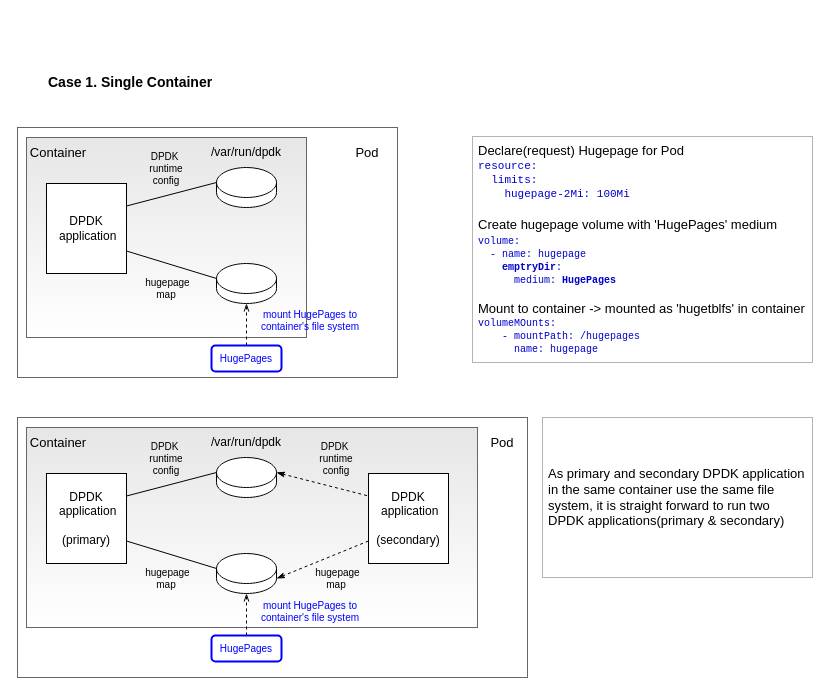
This is page "1 container-1 pod" (3 of 4) of dpdk multi-process.drawio from cychong47/how-to-share-hugepage-in-k8s, a draw.io file, before an edit. Source tidied: cells renumbered, new cells numbered last; positions are measured from the earlier drawing's top-left corner, leaving out a move shared by most shapes. Both pictures are drawn from the tidied source at 100%, with x=0, y=0 at pixel (17, 67).
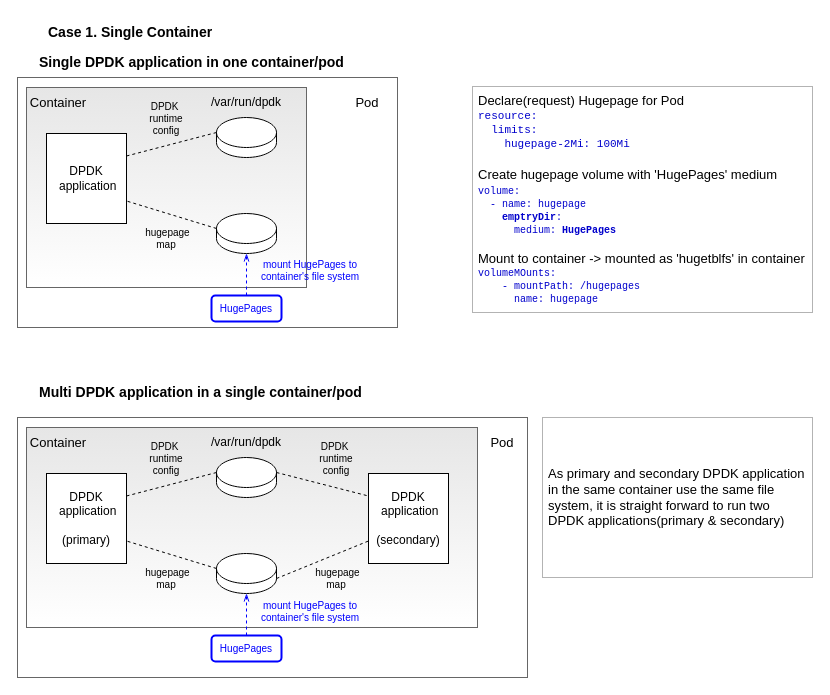
The same diagram, later.

Commit message (it also covers changes not shown here):
Add two containers in a single pod

Unchanged cells that the change refers to:
```xml
<mxCell id="6" value="DPDK &amp;nbsp;application&lt;br&gt;&lt;br&gt;(secondary)" style="rounded=0;whiteSpace=wrap;html=1;strokeColor=#000000;fontColor=#000000;" parent="1" vertex="1">
  <mxGeometry x="351" y="406" width="80" height="90" as="geometry" />
</mxCell>
<mxCell id="24" value="DPDK &amp;nbsp;application&lt;br&gt;&lt;br&gt;(primary)" style="rounded=0;whiteSpace=wrap;html=1;" parent="1" vertex="1">
  <mxGeometry x="29" y="406" width="80" height="90" as="geometry" />
</mxCell>
<mxCell id="25" style="shape=cylinder3;whiteSpace=wrap;html=1;boundedLbl=1;backgroundOutline=1;size=15;" parent="1" vertex="1">
  <mxGeometry x="199" y="486" width="60" height="40" as="geometry" />
</mxCell>
<mxCell id="26" style="shape=cylinder3;whiteSpace=wrap;html=1;boundedLbl=1;backgroundOutline=1;size=15;" parent="1" vertex="1">
  <mxGeometry x="199" y="390" width="60" height="40" as="geometry" />
</mxCell>
<mxCell id="34" value="HugePages" style="rounded=1;whiteSpace=wrap;html=1;fontSize=10;fontColor=#0000FF;strokeColor=#0000FF;strokeWidth=2;fillColor=none;" parent="1" vertex="1">
  <mxGeometry x="194" y="568" width="70" height="26" as="geometry" />
</mxCell>
```

Change to the diagram source:
```diff
@@
     <mxCell id="4" style="rounded=0;whiteSpace=wrap;html=1;fontSize=14;fontColor=#0000FF;strokeColor=#666666;fillColor=none;strokeWidth=1;glass=0;sketch=0;gradientColor=#ffffff;" parent="1" vertex="1">
-      <mxGeometry y="60" width="380" height="250" as="geometry" />
+      <mxGeometry y="10" width="380" height="250" as="geometry" />
     </mxCell>
     <mxCell id="5" style="rounded=0;whiteSpace=wrap;html=1;fontSize=14;fontColor=#0000FF;strokeColor=#666666;fillColor=#E6E6E6;strokeWidth=1;gradientColor=#ffffff;" parent="1" vertex="1">
-      <mxGeometry x="9" y="70" width="280" height="200" as="geometry" />
+      <mxGeometry x="9" y="20" width="280" height="200" as="geometry" />
     </mxCell>
@@
     <mxCell id="9" value="Case 1. Single Container" style="text;html=1;strokeColor=none;fillColor=none;align=left;verticalAlign=middle;whiteSpace=wrap;rounded=0;fontSize=14;fontStyle=1;" parent="1" vertex="1">
-      <mxGeometry x="29" width="360" height="30" as="geometry" />
+      <mxGeometry x="29" y="-50" width="360" height="30" as="geometry" />
     </mxCell>
     <mxCell id="10" value="DPDK &amp;nbsp;application" style="rounded=0;whiteSpace=wrap;html=1;" parent="1" vertex="1">
-      <mxGeometry x="29" y="116" width="80" height="90" as="geometry" />
+      <mxGeometry x="29" y="66" width="80" height="90" as="geometry" />
     </mxCell>
     <mxCell id="11" style="shape=cylinder3;whiteSpace=wrap;html=1;boundedLbl=1;backgroundOutline=1;size=15;" parent="1" vertex="1">
-      <mxGeometry x="199" y="196" width="60" height="40" as="geometry" />
+      <mxGeometry x="199" y="146" width="60" height="40" as="geometry" />
     </mxCell>
     <mxCell id="12" style="shape=cylinder3;whiteSpace=wrap;html=1;boundedLbl=1;backgroundOutline=1;size=15;" parent="1" vertex="1">
-      <mxGeometry x="199" y="100" width="60" height="40" as="geometry" />
+      <mxGeometry x="199" y="50" width="60" height="40" as="geometry" />
     </mxCell>
     <mxCell id="13" value="&lt;font style=&quot;font-size: 10px;&quot;&gt;mount HugePages to container's file system&lt;/font&gt;" style="text;html=1;strokeColor=none;fillColor=none;align=center;verticalAlign=middle;whiteSpace=wrap;rounded=0;fontSize=10;fontColor=#0000FF;" parent="1" vertex="1">
-      <mxGeometry x="238" y="236" width="110" height="34" as="geometry" />
+      <mxGeometry x="238" y="186" width="110" height="34" as="geometry" />
     </mxCell>
     <mxCell id="14" value="DPDK&amp;nbsp;&lt;br style=&quot;font-size: 10px;&quot;&gt;runtime&lt;br style=&quot;font-size: 10px;&quot;&gt;config" style="text;html=1;strokeColor=none;fillColor=none;align=center;verticalAlign=middle;whiteSpace=wrap;rounded=0;fontSize=10;" parent="1" vertex="1">
-      <mxGeometry x="119" y="86" width="60" height="30" as="geometry" />
+      <mxGeometry x="119" y="36" width="60" height="30" as="geometry" />
     </mxCell>
-    <mxCell id="15" style="endArrow=none;html=1;rounded=0;exitX=0;exitY=0;exitDx=0;exitDy=15;exitPerimeter=0;endFill=0;startArrow=none;startFill=0;entryX=1;entryY=0.75;entryDx=0;entryDy=0;" parent="1" edge="1" source="11" target="10">
+    <mxCell id="15" style="endArrow=none;html=1;rounded=0;exitX=0;exitY=0;exitDx=0;exitDy=15;exitPerimeter=0;endFill=0;startArrow=none;startFill=0;entryX=1;entryY=0.75;entryDx=0;entryDy=0;dashed=1;" parent="1" edge="1" source="11" target="10">
       <mxGeometry relative="1" as="geometry" />
     </mxCell>
-    <mxCell id="16" style="endArrow=none;html=1;rounded=0;entryX=1;entryY=0.25;entryDx=0;entryDy=0;startArrow=none;startFill=0;exitX=0;exitY=0;exitDx=0;exitDy=15;exitPerimeter=0;" parent="1" edge="1" source="12" target="10">
+    <mxCell id="16" style="endArrow=none;html=1;rounded=0;entryX=1;entryY=0.25;entryDx=0;entryDy=0;startArrow=none;startFill=0;exitX=0;exitY=0;exitDx=0;exitDy=15;exitPerimeter=0;dashed=1;" parent="1" edge="1" source="12" target="10">
       <mxGeometry relative="1" as="geometry" />
     </mxCell>
     <mxCell id="17" value="/var/run/dpdk" style="text;html=1;strokeColor=none;fillColor=none;align=center;verticalAlign=middle;whiteSpace=wrap;rounded=0;" parent="1" vertex="1">
-      <mxGeometry x="199" y="70" width="60" height="30" as="geometry" />
+      <mxGeometry x="199" y="20" width="60" height="30" as="geometry" />
     </mxCell>
     <mxCell id="18" value="&amp;nbsp;hugepage&lt;br style=&quot;font-size: 10px;&quot;&gt;map" style="text;html=1;strokeColor=none;fillColor=none;align=center;verticalAlign=middle;whiteSpace=wrap;rounded=0;fontSize=10;" parent="1" vertex="1">
-      <mxGeometry x="119" y="206" width="60" height="30" as="geometry" />
+      <mxGeometry x="119" y="156" width="60" height="30" as="geometry" />
     </mxCell>
-    <mxCell id="19" style="edgeStyle=orthogonalEdgeStyle;rounded=0;jettySize=auto;html=1;dashed=1;fontSize=10;fontColor=#0000FF;strokeWidth=1;endArrow=openThin;endFill=0;" parent="1" edge="1" source="20" target="11">
+    <mxCell id="19" style="edgeStyle=orthogonalEdgeStyle;rounded=0;jettySize=auto;html=1;dashed=1;fontSize=10;fontColor=#0000FF;strokeWidth=1;endArrow=openThin;endFill=0;strokeColor=#0000FF;" parent="1" edge="1" source="20" target="11">
       <mxGeometry relative="1" as="geometry" />
     </mxCell>
     <mxCell id="20" value="HugePages" style="rounded=1;whiteSpace=wrap;html=1;fontSize=10;fontColor=#0000FF;strokeColor=#0000FF;strokeWidth=2;fillColor=none;" parent="1" vertex="1">
-      <mxGeometry x="194" y="278" width="70" height="26" as="geometry" />
+      <mxGeometry x="194" y="228" width="70" height="26" as="geometry" />
     </mxCell>
     <mxCell id="21" value="&lt;div&gt;&lt;font size=&quot;2&quot;&gt;Declare(request) Hugepage for Pod&lt;/font&gt;&lt;/div&gt;&lt;div style=&quot;font-size: 11px&quot;&gt;&lt;/div&gt;&lt;div style=&quot;font-size: 11px&quot;&gt;&lt;font color=&quot;#0000cc&quot; style=&quot;font-size: 11px&quot; face=&quot;Courier New&quot;&gt;resource:&lt;/font&gt;&lt;/div&gt;&lt;div style=&quot;font-size: 11px&quot;&gt;&lt;font color=&quot;#0000cc&quot; style=&quot;font-size: 11px&quot; face=&quot;Courier New&quot;&gt;&amp;nbsp; limits:&lt;/font&gt;&lt;/div&gt;&lt;div style=&quot;font-size: 11px&quot;&gt;&lt;font color=&quot;#0000cc&quot; style=&quot;font-size: 11px&quot; face=&quot;Courier New&quot;&gt;&amp;nbsp; &amp;nbsp; hugepage-2Mi: 100Mi&lt;/font&gt;&lt;/div&gt;&lt;div&gt;&lt;font size=&quot;2&quot;&gt;&lt;br&gt;&lt;/font&gt;&lt;/div&gt;&lt;div&gt;&lt;font size=&quot;2&quot;&gt;Create hugepage volume with 'HugePages' medium&lt;/font&gt;&lt;/div&gt;&lt;div&gt;&lt;span style=&quot;font-size: 10px ; color: rgb(0 , 0 , 204) ; font-family: &amp;#34;courier new&amp;#34;&quot;&gt;volume:&lt;/span&gt;&lt;br&gt;&lt;/div&gt;&lt;div style=&quot;font-size: 10px&quot;&gt;&lt;font face=&quot;Courier New&quot; style=&quot;font-size: 10px&quot; color=&quot;#0000cc&quot;&gt;&lt;font style=&quot;font-size: 10px&quot;&gt;&amp;nbsp;&lt;/font&gt;&lt;font style=&quot;font-size: 10px&quot;&gt; - name: hugepage&lt;/font&gt;&lt;/font&gt;&lt;/div&gt;&lt;div style=&quot;font-size: 10px&quot;&gt;&lt;font face=&quot;Courier New&quot; style=&quot;font-size: 10px&quot; color=&quot;#0000cc&quot;&gt;&amp;nbsp; &amp;nbsp; &lt;b&gt;emptryDir&lt;/b&gt;:&lt;/font&gt;&lt;/div&gt;&lt;div style=&quot;font-size: 10px&quot;&gt;&lt;font face=&quot;Courier New&quot; style=&quot;font-size: 10px&quot; color=&quot;#0000cc&quot;&gt;&amp;nbsp; &amp;nbsp; &amp;nbsp; medium: &lt;b&gt;HugePages&lt;/b&gt;&lt;/font&gt;&lt;/div&gt;&lt;div&gt;&lt;br&gt;&lt;/div&gt;&lt;div&gt;&lt;font size=&quot;2&quot;&gt;Mount to container -&amp;gt; mounted as 'hugetblfs' in container&lt;/font&gt;&lt;/div&gt;&lt;div style=&quot;font-size: 10px&quot;&gt;&lt;font color=&quot;#0000cc&quot; style=&quot;font-size: 10px&quot; face=&quot;Courier New&quot;&gt;volumeMOunts:&lt;/font&gt;&lt;/div&gt;&lt;div style=&quot;font-size: 10px&quot;&gt;&lt;font color=&quot;#0000cc&quot; style=&quot;font-size: 10px&quot; face=&quot;Courier New&quot;&gt;&amp;nbsp; &amp;nbsp; - mountPath: /hugepages&lt;/font&gt;&lt;/div&gt;&lt;div style=&quot;font-size: 10px&quot;&gt;&lt;font color=&quot;#0000cc&quot; style=&quot;font-size: 10px&quot; face=&quot;Courier New&quot;&gt;&amp;nbsp; &amp;nbsp; &amp;nbsp; name: hugepage&lt;/font&gt;&lt;/div&gt;" style="text;html=1;strokeColor=#666666;fillColor=none;align=left;verticalAlign=middle;whiteSpace=wrap;rounded=0;fontFamily=Helvetica;dashed=1;spacing=6;dashPattern=1 1;" parent="1" vertex="1">
-      <mxGeometry x="455" y="69" width="340" height="226" as="geometry" />
+      <mxGeometry x="455" y="19" width="340" height="226" as="geometry" />
     </mxCell>
     <mxCell id="22" value="&lt;font face=&quot;Helvetica&quot; color=&quot;#000000&quot; size=&quot;1&quot;&gt;&lt;span style=&quot;font-size: 13px&quot;&gt;Pod&lt;/span&gt;&lt;/font&gt;" style="text;html=1;strokeColor=none;fillColor=none;align=center;verticalAlign=middle;whiteSpace=wrap;rounded=0;shadow=1;glass=0;sketch=0;fontFamily=Courier New;fontSize=10;fontColor=#0000CC;" parent="1" vertex="1">
-      <mxGeometry x="320" y="70" width="60" height="30" as="geometry" />
+      <mxGeometry x="320" y="20" width="60" height="30" as="geometry" />
     </mxCell>
     <mxCell id="23" value="&lt;font face=&quot;Helvetica&quot; color=&quot;#000000&quot; size=&quot;1&quot;&gt;&lt;span style=&quot;font-size: 13px&quot;&gt;Container&lt;/span&gt;&lt;/font&gt;" style="text;html=1;strokeColor=none;fillColor=none;align=center;verticalAlign=middle;whiteSpace=wrap;rounded=0;shadow=1;glass=0;sketch=0;fontFamily=Courier New;fontSize=10;fontColor=#0000CC;" parent="1" vertex="1">
-      <mxGeometry x="11" y="70" width="60" height="30" as="geometry" />
+      <mxGeometry x="11" y="20" width="60" height="30" as="geometry" />
     </mxCell>
@@
-    <mxCell id="29" style="endArrow=none;html=1;rounded=0;exitX=0;exitY=0;exitDx=0;exitDy=15;exitPerimeter=0;endFill=0;startArrow=none;startFill=0;entryX=1;entryY=0.75;entryDx=0;entryDy=0;" parent="1" edge="1" source="25" target="24">
+    <mxCell id="29" style="endArrow=none;html=1;rounded=0;exitX=0;exitY=0;exitDx=0;exitDy=15;exitPerimeter=0;endFill=0;startArrow=none;startFill=0;entryX=1;entryY=0.75;entryDx=0;entryDy=0;dashed=1;" parent="1" edge="1" source="25" target="24">
       <mxGeometry relative="1" as="geometry" />
     </mxCell>
-    <mxCell id="30" style="endArrow=none;html=1;rounded=0;entryX=1;entryY=0.25;entryDx=0;entryDy=0;startArrow=none;startFill=0;exitX=0;exitY=0;exitDx=0;exitDy=15;exitPerimeter=0;" parent="1" edge="1" source="26" target="24">
+    <mxCell id="30" style="endArrow=none;html=1;rounded=0;entryX=1;entryY=0.25;entryDx=0;entryDy=0;startArrow=none;startFill=0;exitX=0;exitY=0;exitDx=0;exitDy=15;exitPerimeter=0;dashed=1;" parent="1" edge="1" source="26" target="24">
       <mxGeometry relative="1" as="geometry" />
     </mxCell>
@@
-    <mxCell id="33" style="edgeStyle=orthogonalEdgeStyle;rounded=0;jettySize=auto;html=1;dashed=1;fontSize=10;fontColor=#0000FF;strokeWidth=1;endArrow=openThin;endFill=0;" parent="1" edge="1" source="34" target="25">
+    <mxCell id="33" style="edgeStyle=orthogonalEdgeStyle;rounded=0;jettySize=auto;html=1;dashed=1;fontSize=10;fontColor=#0000FF;strokeWidth=1;endArrow=openThin;endFill=0;strokeColor=#0000FF;" parent="1" edge="1" source="34" target="25">
       <mxGeometry relative="1" as="geometry" />
     </mxCell>
@@
-    <mxCell id="37" style="endArrow=none;html=1;rounded=0;entryX=0;entryY=0.25;entryDx=0;entryDy=0;startArrow=classicThin;startFill=1;exitX=1;exitY=0;exitDx=0;exitDy=15;exitPerimeter=0;fillColor=#0050ef;strokeColor=#000000;dashed=1;fontColor=#000000;" parent="1" edge="1" target="6">
+    <mxCell id="37" style="endArrow=none;html=1;rounded=0;entryX=0;entryY=0.25;entryDx=0;entryDy=0;startArrow=none;startFill=0;exitX=1;exitY=0;exitDx=0;exitDy=15;exitPerimeter=0;fillColor=#0050ef;strokeColor=#000000;dashed=1;fontColor=#000000;" parent="1" edge="1" target="6">
       <mxGeometry relative="1" as="geometry">
         <mxPoint x="259" y="405" as="sourcePoint" />
       </mxGeometry>
     </mxCell>
-    <mxCell id="38" style="endArrow=none;html=1;rounded=0;exitX=1;exitY=1;exitDx=0;exitDy=-15;exitPerimeter=0;endFill=0;startArrow=classicThin;startFill=1;entryX=0;entryY=0.75;entryDx=0;entryDy=0;fillColor=#0050ef;strokeColor=#000000;dashed=1;fontColor=#000000;" parent="1" edge="1" target="6">
+    <mxCell id="38" style="endArrow=none;html=1;rounded=0;exitX=1;exitY=1;exitDx=0;exitDy=-15;exitPerimeter=0;endFill=0;startArrow=none;startFill=0;entryX=0;entryY=0.75;entryDx=0;entryDy=0;fillColor=#0050ef;strokeColor=#000000;dashed=1;fontColor=#000000;" parent="1" edge="1" target="6">
       <mxGeometry relative="1" as="geometry">
         <mxPoint x="259" y="511" as="sourcePoint" />
       </mxGeometry>
     </mxCell>
@@
+    <mxCell id="40" value="Single DPDK application in one container/pod" style="text;html=1;strokeColor=none;fillColor=none;align=left;verticalAlign=middle;whiteSpace=wrap;rounded=0;fontSize=14;fontStyle=1;" parent="1" vertex="1">
+      <mxGeometry x="20" y="-20" width="360" height="30" as="geometry" />
+    </mxCell>
+    <mxCell id="41" value="Multi DPDK application in a single container/pod" style="text;html=1;strokeColor=none;fillColor=none;align=left;verticalAlign=middle;whiteSpace=wrap;rounded=0;fontSize=14;fontStyle=1;" parent="1" vertex="1">
+      <mxGeometry x="20" y="310" width="360" height="30" as="geometry" />
+    </mxCell>
```
